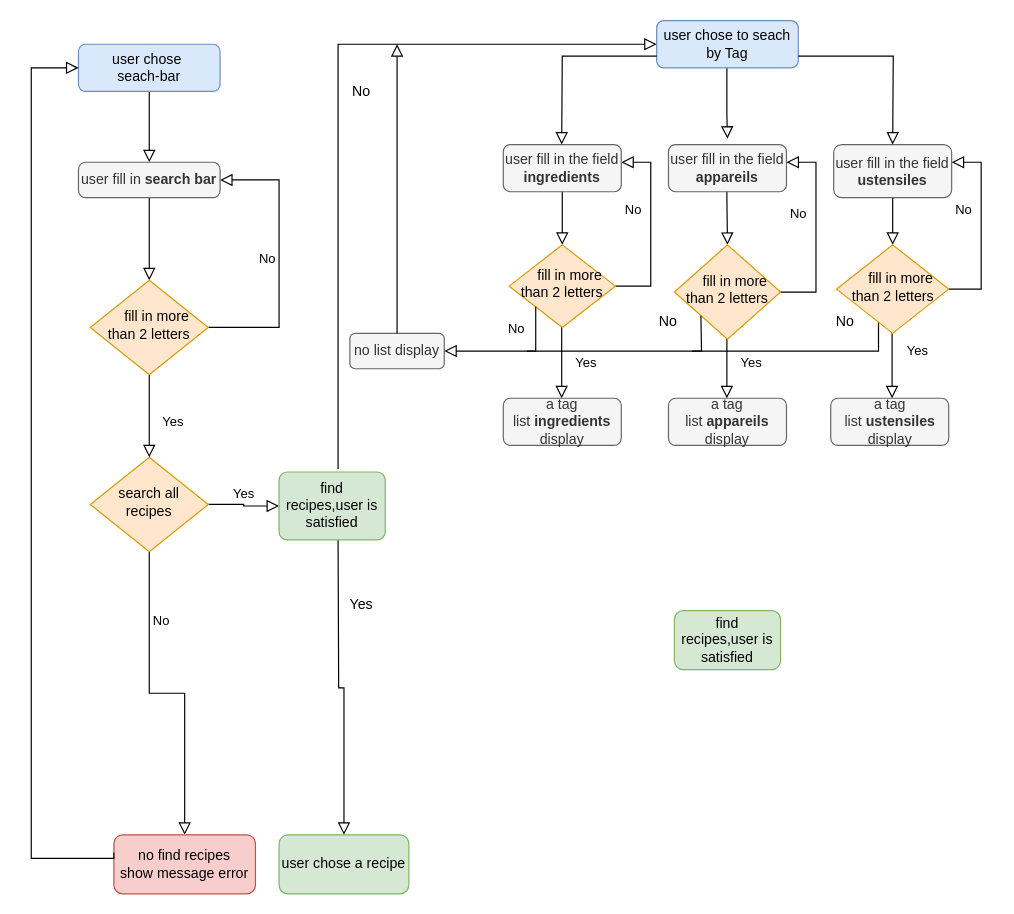
The draw.io diagram page "Page-1" (1 of 2) of Diagramme sans nom.drawio in YU-KENT/les-petits-plats, before the edit. Source tidied: cells renumbered, new cells numbered last; positions are measured from the earlier drawing's top-left corner, leaving out a move shared by most shapes. Both pictures are drawn from the tidied source at 118%, with x=0, y=0 at pixel (31, 20).
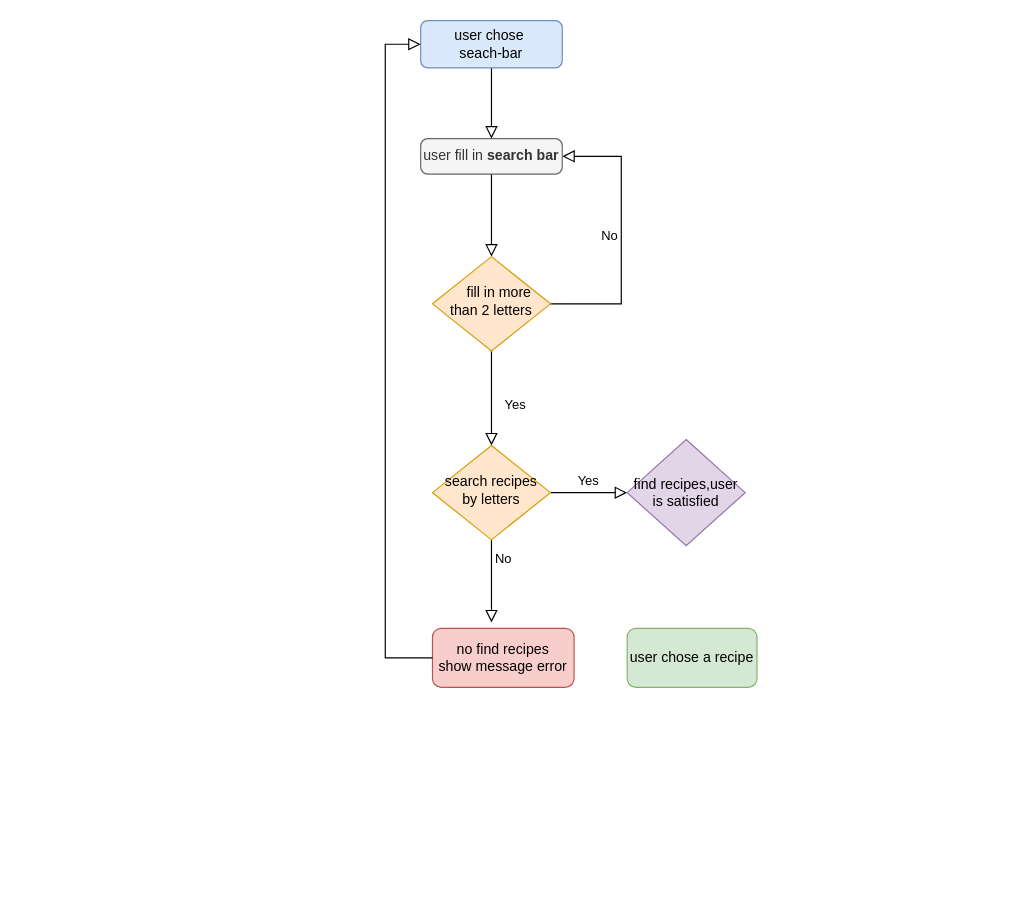
The same page after the edit.

Commit message (it also covers changes not shown here):
Mettre à jour Diagramme sans nom.drawio

Change to the diagram source:
```diff
@@
-    <mxCell id="2" style="endArrow=none;html=1;rounded=0;strokeColor=default;entryX=0;entryY=1;entryDx=0;entryDy=0;" parent="1" edge="1">
-      <mxGeometry relative="1" as="geometry">
-        <mxPoint x="560" y="280" as="sourcePoint" />
-        <mxPoint x="718" y="250" as="targetPoint" />
-        <Array as="points">
-          <mxPoint x="718" y="280" />
-        </Array>
-      </mxGeometry>
-    </mxCell>
-    <mxCell id="3" value="Yes" style="rounded=0;html=1;jettySize=auto;orthogonalLoop=1;fontSize=11;endArrow=block;endFill=0;endSize=8;strokeWidth=1;shadow=0;labelBackgroundColor=none;edgeStyle=orthogonalEdgeStyle;" parent="1" edge="1">
-      <mxGeometry x="0.14" y="20" relative="1" as="geometry">
-        <mxPoint x="449.5" y="250" as="sourcePoint" />
-        <mxPoint x="449.5" y="320" as="targetPoint" />
-      </mxGeometry>
-    </mxCell>
-    <mxCell id="4" value="Yes" style="rounded=0;html=1;jettySize=auto;orthogonalLoop=1;fontSize=11;endArrow=block;endFill=0;endSize=8;strokeWidth=1;shadow=0;labelBackgroundColor=none;edgeStyle=orthogonalEdgeStyle;" parent="1" edge="1">
-      <mxGeometry x="0.11" y="21" relative="1" as="geometry">
-        <mxPoint x="729.5" y="250" as="sourcePoint" />
-        <mxPoint x="729.5" y="320" as="targetPoint" />
-        <Array as="points">
-          <mxPoint x="729.5" y="240" />
-          <mxPoint x="729.5" y="240" />
-        </Array>
-      </mxGeometry>
-    </mxCell>
-    <mxCell id="5" value="Yes" style="rounded=0;html=1;jettySize=auto;orthogonalLoop=1;fontSize=11;endArrow=block;endFill=0;endSize=8;strokeWidth=1;shadow=0;labelBackgroundColor=none;edgeStyle=orthogonalEdgeStyle;" parent="1" edge="1">
-      <mxGeometry x="0.14" y="20" relative="1" as="geometry">
-        <mxPoint x="589.5" y="250" as="sourcePoint" />
-        <mxPoint x="589.5" y="320" as="targetPoint" />
-      </mxGeometry>
-    </mxCell>
-    <mxCell id="6" style="rounded=0;html=1;jettySize=auto;fontSize=11;endArrow=block;endFill=0;endSize=8;strokeWidth=1;shadow=0;labelBackgroundColor=none;edgeStyle=orthogonalEdgeStyle;startArrow=none;entryX=0;entryY=0.5;entryDx=0;entryDy=0;" parent="1" edge="1" target="25">
-      <mxGeometry relative="1" as="geometry">
-        <mxPoint x="260" y="380" as="sourcePoint" />
-        <Array as="points">
-          <mxPoint x="260" y="20" />
-        </Array>
-      </mxGeometry>
-    </mxCell>
-    <mxCell id="7" style="rounded=0;html=1;jettySize=auto;fontSize=11;endArrow=block;endFill=0;endSize=8;strokeWidth=1;shadow=0;labelBackgroundColor=none;edgeStyle=orthogonalEdgeStyle;startArrow=none;entryX=0.5;entryY=0;entryDx=0;entryDy=0;" parent="1" edge="1" target="34">
-      <mxGeometry relative="1" as="geometry">
-        <mxPoint x="260" y="440" as="sourcePoint" />
-      </mxGeometry>
-    </mxCell>
-    <mxCell id="8" value="No" style="edgeStyle=orthogonalEdgeStyle;rounded=0;html=1;jettySize=auto;fontSize=11;endArrow=block;endFill=0;endSize=8;strokeWidth=1;shadow=0;labelBackgroundColor=none;entryX=1;entryY=0.5;entryDx=0;entryDy=0;exitX=1;exitY=0.5;exitDx=0;exitDy=0;" parent="1" edge="1" source="35">
-      <mxGeometry x="0.19" y="15" relative="1" as="geometry">
-        <mxPoint x="500" y="120" as="targetPoint" />
-        <Array as="points">
-          <mxPoint x="525" y="225" />
-          <mxPoint x="525" y="120" />
-        </Array>
-      </mxGeometry>
-    </mxCell>
-    <mxCell id="9" value="No" style="edgeStyle=orthogonalEdgeStyle;rounded=0;html=1;jettySize=auto;fontSize=11;endArrow=block;endFill=0;endSize=8;strokeWidth=1;shadow=0;labelBackgroundColor=none;entryX=1;entryY=0.5;entryDx=0;entryDy=0;exitX=0.93;exitY=0.5;exitDx=0;exitDy=0;exitPerimeter=0;" parent="1" edge="1" source="37">
-      <mxGeometry x="0.19" y="15" relative="1" as="geometry">
-        <mxPoint x="640" y="120" as="targetPoint" />
-        <Array as="points">
-          <mxPoint x="665" y="230" />
-          <mxPoint x="665" y="120" />
-        </Array>
-      </mxGeometry>
-    </mxCell>
-    <mxCell id="10" value="No" style="edgeStyle=orthogonalEdgeStyle;rounded=0;html=1;jettySize=auto;fontSize=11;endArrow=block;endFill=0;endSize=8;strokeWidth=1;shadow=0;labelBackgroundColor=none;entryX=1;entryY=0.5;entryDx=0;entryDy=0;exitX=1;exitY=0.5;exitDx=0;exitDy=0;" parent="1" edge="1" source="38">
-      <mxGeometry x="0.19" y="15" relative="1" as="geometry">
-        <mxPoint x="780" y="120" as="targetPoint" />
-        <Array as="points">
-          <mxPoint x="805" y="228" />
-          <mxPoint x="805" y="120" />
-        </Array>
-      </mxGeometry>
-    </mxCell>
-    <mxCell id="11" style="rounded=0;html=1;jettySize=auto;orthogonalLoop=1;fontSize=11;endArrow=block;endFill=0;endSize=8;strokeWidth=1;shadow=0;labelBackgroundColor=none;edgeStyle=orthogonalEdgeStyle;startArrow=none;" parent="1" edge="1">
-      <mxGeometry relative="1" as="geometry">
-        <mxPoint x="731" y="140" as="sourcePoint" />
-        <mxPoint x="730" y="190" as="targetPoint" />
-        <Array as="points">
-          <mxPoint x="731" y="150" />
-          <mxPoint x="730" y="150" />
-        </Array>
-      </mxGeometry>
-    </mxCell>
-    <mxCell id="12" style="rounded=0;html=1;jettySize=auto;orthogonalLoop=1;fontSize=11;endArrow=block;endFill=0;endSize=8;strokeWidth=1;shadow=0;labelBackgroundColor=none;edgeStyle=orthogonalEdgeStyle;startArrow=none;exitX=0.5;exitY=1;exitDx=0;exitDy=0;" parent="1" edge="1">
-      <mxGeometry relative="1" as="geometry">
-        <mxPoint x="589.5" y="30" as="sourcePoint" />
-        <mxPoint x="590" y="100" as="targetPoint" />
-        <Array as="points">
-          <mxPoint x="590" y="80" />
-          <mxPoint x="590" y="80" />
-        </Array>
-      </mxGeometry>
-    </mxCell>
-    <mxCell id="13" style="rounded=0;html=1;jettySize=auto;orthogonalLoop=1;fontSize=11;endArrow=block;endFill=0;endSize=8;strokeWidth=1;shadow=0;labelBackgroundColor=none;edgeStyle=orthogonalEdgeStyle;startArrow=none;exitX=0.5;exitY=1;exitDx=0;exitDy=0;" parent="1" edge="1">
-      <mxGeometry relative="1" as="geometry">
-        <mxPoint x="589.5" y="130" as="sourcePoint" />
-        <mxPoint x="590" y="190" as="targetPoint" />
-        <Array as="points">
-          <mxPoint x="590" y="150" />
-          <mxPoint x="590" y="150" />
-        </Array>
-      </mxGeometry>
-    </mxCell>
-    <mxCell id="14" style="rounded=0;html=1;jettySize=auto;orthogonalLoop=1;fontSize=11;endArrow=block;endFill=0;endSize=8;strokeWidth=1;shadow=0;labelBackgroundColor=none;edgeStyle=orthogonalEdgeStyle;startArrow=none;" parent="1" edge="1">
-      <mxGeometry relative="1" as="geometry">
-        <mxPoint x="450" y="140" as="sourcePoint" />
-        <mxPoint x="450" y="190" as="targetPoint" />
-      </mxGeometry>
-    </mxCell>
@@
     <mxCell id="16" style="rounded=0;html=1;jettySize=auto;fontSize=11;endArrow=block;endFill=0;endSize=8;strokeWidth=1;shadow=0;labelBackgroundColor=none;edgeStyle=orthogonalEdgeStyle;startArrow=none;exitX=0.5;exitY=1;exitDx=0;exitDy=0;" parent="1" edge="1" source="26">
       <mxGeometry relative="1" as="geometry">
-        <mxPoint x="100" y="220" as="targetPoint" />
+        <mxPoint x="390" y="200" as="targetPoint" />
       </mxGeometry>
     </mxCell>
-    <mxCell id="17" value="Yes" style="rounded=0;html=1;jettySize=auto;fontSize=11;endArrow=block;endFill=0;endSize=8;strokeWidth=1;shadow=0;labelBackgroundColor=none;edgeStyle=orthogonalEdgeStyle;" parent="1" edge="1" source="19" target="22">
-      <mxGeometry x="0.14" y="20" relative="1" as="geometry" />
+    <mxCell id="17" value="Yes" style="rounded=0;html=1;jettySize=auto;fontSize=11;endArrow=block;endFill=0;endSize=8;strokeWidth=1;shadow=0;labelBackgroundColor=none;edgeStyle=orthogonalEdgeStyle;" parent="1" edge="1" source="19">
+      <mxGeometry x="0.14" y="20" relative="1" as="geometry">
+        <mxPoint x="390" y="360" as="targetPoint" />
+      </mxGeometry>
     </mxCell>
     <mxCell id="18" value="No" style="edgeStyle=orthogonalEdgeStyle;rounded=0;html=1;jettySize=auto;fontSize=11;endArrow=block;endFill=0;endSize=8;strokeWidth=1;shadow=0;labelBackgroundColor=none;entryX=1;entryY=0.5;entryDx=0;entryDy=0;" parent="1" edge="1" source="19" target="26">
       <mxGeometry y="10" relative="1" as="geometry">
         <Array as="points">
-          <mxPoint x="210" y="260" />
-          <mxPoint x="210" y="135" />
+          <mxPoint x="500" y="240" />
+          <mxPoint x="500" y="115" />
         </Array>
       </mxGeometry>
     </mxCell>
     <mxCell id="19" value="&amp;nbsp; &amp;nbsp; fill in more than 2 letters" style="rhombus;whiteSpace=wrap;html=1;shadow=0;fontFamily=Helvetica;fontSize=12;align=center;strokeWidth=1;spacing=6;spacingTop=-4;fillColor=#ffe6cc;strokeColor=#d79b00;" parent="1" vertex="1">
-      <mxGeometry x="50" y="220" width="100" height="80" as="geometry" />
+      <mxGeometry x="340" y="200" width="100" height="80" as="geometry" />
     </mxCell>
-    <mxCell id="20" value="No" style="rounded=0;html=1;jettySize=auto;fontSize=11;endArrow=block;endFill=0;endSize=8;strokeWidth=1;shadow=0;labelBackgroundColor=none;edgeStyle=orthogonalEdgeStyle;" parent="1" edge="1" source="22" target="23">
-      <mxGeometry x="-0.56" y="10" relative="1" as="geometry" />
+    <mxCell id="20" value="No" style="rounded=0;html=1;jettySize=auto;fontSize=11;endArrow=block;endFill=0;endSize=8;strokeWidth=1;shadow=0;labelBackgroundColor=none;edgeStyle=orthogonalEdgeStyle;" parent="1" edge="1" source="22">
+      <mxGeometry x="-0.56" y="10" relative="1" as="geometry">
+        <mxPoint x="390" y="510" as="targetPoint" />
+      </mxGeometry>
     </mxCell>
-    <mxCell id="21" value="Yes" style="edgeStyle=orthogonalEdgeStyle;rounded=0;html=1;jettySize=auto;fontSize=11;endArrow=block;endFill=0;endSize=8;strokeWidth=1;shadow=0;labelBackgroundColor=none;" parent="1" edge="1" source="22" target="24">
-      <mxGeometry y="10" relative="1" as="geometry" />
+    <mxCell id="21" value="Yes" style="edgeStyle=orthogonalEdgeStyle;rounded=0;html=1;jettySize=auto;fontSize=11;endArrow=block;endFill=0;endSize=8;strokeWidth=1;shadow=0;labelBackgroundColor=none;entryX=0;entryY=0.5;entryDx=0;entryDy=0;" parent="1" edge="1" source="22" target="52">
+      <mxGeometry x="-0.01" y="10" relative="1" as="geometry" />
     </mxCell>
-    <mxCell id="22" value="search all recipes" style="rhombus;whiteSpace=wrap;html=1;shadow=0;fontFamily=Helvetica;fontSize=12;align=center;strokeWidth=1;spacing=6;spacingTop=-4;fillColor=#ffe6cc;strokeColor=#d79b00;" parent="1" vertex="1">
-      <mxGeometry x="50" y="370" width="100" height="80" as="geometry" />
+    <mxCell id="22" value="search recipes by letters" style="rhombus;whiteSpace=wrap;html=1;shadow=0;fontFamily=Helvetica;fontSize=12;align=center;strokeWidth=1;spacing=6;spacingTop=-4;fillColor=#ffe6cc;strokeColor=#d79b00;" parent="1" vertex="1">
+      <mxGeometry x="340" y="360" width="100" height="80" as="geometry" />
     </mxCell>
     <mxCell id="23" value="no find recipes&lt;br&gt;show message error" style="rounded=1;whiteSpace=wrap;html=1;fontSize=12;glass=0;strokeWidth=1;shadow=0;fillColor=#f8cecc;strokeColor=#b85450;" parent="1" vertex="1">
-      <mxGeometry x="70" y="690" width="120" height="50" as="geometry" />
+      <mxGeometry x="340" y="515" width="120" height="50" as="geometry" />
     </mxCell>
-    <mxCell id="24" value="find recipes,user is satisfied" style="rounded=1;whiteSpace=wrap;html=1;fontSize=12;glass=0;strokeWidth=1;shadow=0;fillColor=#d5e8d4;strokeColor=#82b366;arcSize=12;" parent="1" vertex="1">
-      <mxGeometry x="210" y="382.5" width="90" height="57.5" as="geometry" />
-    </mxCell>
-    <mxCell id="25" value="user chose to seach by Tag" style="rounded=1;whiteSpace=wrap;html=1;fontSize=12;glass=0;strokeWidth=1;shadow=0;fillColor=#dae8fc;strokeColor=#6c8ebf;" parent="1" vertex="1">
-      <mxGeometry x="530" width="120" height="40" as="geometry" />
-    </mxCell>
     <mxCell id="26" value="user fill in &lt;b&gt;search bar&lt;/b&gt;" style="rounded=1;whiteSpace=wrap;html=1;arcSize=20;fillColor=#f5f5f5;fontColor=#333333;strokeColor=#666666;" parent="1" vertex="1">
-      <mxGeometry x="40" y="120" width="120" height="30" as="geometry" />
+      <mxGeometry x="330" y="100" width="120" height="30" as="geometry" />
     </mxCell>
-    <mxCell id="27" value="user fill in the field &lt;b&gt;ingredients&lt;/b&gt;" style="rounded=1;whiteSpace=wrap;html=1;fillColor=#f5f5f5;fontColor=#333333;strokeColor=#666666;" parent="1" vertex="1">
-      <mxGeometry x="400" y="105" width="100" height="40" as="geometry" />
-    </mxCell>
     <mxCell id="28" style="rounded=0;html=1;jettySize=auto;fontSize=11;endArrow=none;endFill=0;endSize=8;strokeWidth=1;shadow=0;labelBackgroundColor=none;edgeStyle=orthogonalEdgeStyle;startArrow=none;exitX=0.489;exitY=1.122;exitDx=0;exitDy=0;exitPerimeter=0;entryX=0.5;entryY=0;entryDx=0;entryDy=0;" parent="1" edge="1" target="29">
       <mxGeometry relative="1" as="geometry">
-        <mxPoint x="99.2" y="30" as="sourcePoint" />
+        <mxPoint x="389.2" y="10" as="sourcePoint" />
       </mxGeometry>
     </mxCell>
     <mxCell id="29" value="user chose&amp;nbsp;&lt;br&gt;seach-bar" style="rounded=1;whiteSpace=wrap;html=1;fontSize=12;glass=0;strokeWidth=1;shadow=0;fillColor=#dae8fc;strokeColor=#6c8ebf;" parent="1" vertex="1">
-      <mxGeometry x="40" y="20" width="120" height="40" as="geometry" />
+      <mxGeometry x="330" width="120" height="40" as="geometry" />
     </mxCell>
-    <mxCell id="30" value="user fill in the field &lt;b&gt;appareils&lt;/b&gt;" style="rounded=1;whiteSpace=wrap;html=1;fillColor=#f5f5f5;fontColor=#333333;strokeColor=#666666;" parent="1" vertex="1">
-      <mxGeometry x="540" y="105" width="100" height="40" as="geometry" />
-    </mxCell>
-    <mxCell id="31" value="user fill in the field &lt;b&gt;ustensiles&lt;/b&gt;" style="rounded=1;whiteSpace=wrap;html=1;fillColor=#f5f5f5;fontColor=#333333;strokeColor=#666666;" parent="1" vertex="1">
-      <mxGeometry x="680" y="105" width="100" height="45" as="geometry" />
-    </mxCell>
-    <mxCell id="32" style="rounded=0;html=1;jettySize=auto;fontSize=11;endArrow=block;endFill=0;endSize=8;strokeWidth=1;shadow=0;labelBackgroundColor=none;edgeStyle=orthogonalEdgeStyle;startArrow=none;entryX=0.5;entryY=0;entryDx=0;entryDy=0;exitX=0;exitY=0.75;exitDx=0;exitDy=0;" parent="1" edge="1" source="25">
-      <mxGeometry relative="1" as="geometry">
-        <mxPoint x="449.5" y="105" as="targetPoint" />
-      </mxGeometry>
-    </mxCell>
-    <mxCell id="33" style="rounded=0;html=1;jettySize=auto;fontSize=11;endArrow=block;endFill=0;endSize=8;strokeWidth=1;shadow=0;labelBackgroundColor=none;edgeStyle=orthogonalEdgeStyle;startArrow=none;entryX=0.5;entryY=0;entryDx=0;entryDy=0;exitX=1;exitY=0.75;exitDx=0;exitDy=0;" parent="1" edge="1" source="25">
-      <mxGeometry relative="1" as="geometry">
-        <mxPoint x="730" y="105" as="targetPoint" />
-      </mxGeometry>
-    </mxCell>
     <mxCell id="34" value="user chose a recipe" style="rounded=1;whiteSpace=wrap;html=1;fontSize=12;glass=0;strokeWidth=1;shadow=0;fillColor=#d5e8d4;strokeColor=#82b366;" parent="1" vertex="1">
-      <mxGeometry x="210" y="690" width="110" height="50" as="geometry" />
+      <mxGeometry x="505" y="515" width="110" height="50" as="geometry" />
     </mxCell>
-    <mxCell id="35" value="&amp;nbsp; &amp;nbsp; fill in more than 2 letters" style="rhombus;whiteSpace=wrap;html=1;shadow=0;fontFamily=Helvetica;fontSize=12;align=center;strokeWidth=1;spacing=6;spacingTop=-4;fillColor=#ffe6cc;strokeColor=#d79b00;" parent="1" vertex="1">
-      <mxGeometry x="405" y="190" width="90" height="70" as="geometry" />
-    </mxCell>
-    <mxCell id="36" style="rounded=0;html=1;jettySize=auto;fontSize=11;endArrow=block;endFill=0;endSize=8;strokeWidth=1;shadow=0;labelBackgroundColor=none;edgeStyle=orthogonalEdgeStyle;startArrow=none;entryX=0;entryY=0.5;entryDx=0;entryDy=0;" parent="1" edge="1" target="29">
+    <mxCell id="36" style="rounded=0;html=1;jettySize=auto;fontSize=11;endArrow=block;endFill=0;endSize=8;strokeWidth=1;shadow=0;labelBackgroundColor=none;edgeStyle=orthogonalEdgeStyle;startArrow=none;entryX=0;entryY=0.5;entryDx=0;entryDy=0;exitX=0;exitY=0.5;exitDx=0;exitDy=0;" parent="1" edge="1" source="23" target="29">
       <mxGeometry relative="1" as="geometry">
-        <mxPoint x="70" y="710" as="sourcePoint" />
         <Array as="points">
-          <mxPoint x="70" y="705" />
-          <mxPoint x="70" y="710" />
-          <mxPoint y="710" />
-          <mxPoint y="40" />
+          <mxPoint x="300" y="540" />
+          <mxPoint x="300" y="20" />
         </Array>
       </mxGeometry>
     </mxCell>
-    <mxCell id="37" value="&amp;nbsp; &amp;nbsp; fill in more than 2 letters" style="rhombus;whiteSpace=wrap;html=1;shadow=0;fontFamily=Helvetica;fontSize=12;align=center;strokeWidth=1;spacing=6;spacingTop=-4;fillColor=#ffe6cc;strokeColor=#d79b00;" parent="1" vertex="1">
-      <mxGeometry x="545" y="190" width="90" height="80" as="geometry" />
-    </mxCell>
-    <mxCell id="38" value="&amp;nbsp; &amp;nbsp; fill in more than 2 letters" style="rhombus;whiteSpace=wrap;html=1;shadow=0;fontFamily=Helvetica;fontSize=12;align=center;strokeWidth=1;spacing=6;spacingTop=-4;fillColor=#ffe6cc;strokeColor=#d79b00;" parent="1" vertex="1">
-      <mxGeometry x="682.5" y="190" width="95" height="75" as="geometry" />
-    </mxCell>
-    <mxCell id="39" value="find recipes,user is satisfied" style="rounded=1;whiteSpace=wrap;html=1;fontSize=12;glass=0;strokeWidth=1;shadow=0;fillColor=#d5e8d4;strokeColor=#82b366;" parent="1" vertex="1">
-      <mxGeometry x="545" y="500" width="90" height="50" as="geometry" />
-    </mxCell>
-    <mxCell id="40" value="Yes" style="text;html=1;strokeColor=none;fillColor=none;align=center;verticalAlign=middle;whiteSpace=wrap;rounded=0;" parent="1" vertex="1">
-      <mxGeometry x="250" y="480" width="60" height="30" as="geometry" />
-    </mxCell>
-    <mxCell id="41" value="No" style="text;html=1;strokeColor=none;fillColor=none;align=center;verticalAlign=middle;whiteSpace=wrap;rounded=0;" parent="1" vertex="1">
-      <mxGeometry x="250" y="40" width="60" height="40" as="geometry" />
-    </mxCell>
-    <mxCell id="42" value="no list display" style="rounded=1;whiteSpace=wrap;html=1;fillColor=#f5f5f5;fontColor=#333333;strokeColor=#666666;" parent="1" vertex="1">
-      <mxGeometry x="270" y="265" width="80" height="30" as="geometry" />
-    </mxCell>
-    <mxCell id="43" value="a tag list&amp;nbsp;&lt;b style=&quot;border-color: var(--border-color);&quot;&gt;appareils&lt;/b&gt;&lt;br&gt;display" style="rounded=1;whiteSpace=wrap;html=1;fillColor=#f5f5f5;fontColor=#333333;strokeColor=#666666;" parent="1" vertex="1">
-      <mxGeometry x="540" y="320" width="100" height="40" as="geometry" />
-    </mxCell>
-    <mxCell id="44" value="a tag list&amp;nbsp;&lt;b style=&quot;border-color: var(--border-color);&quot;&gt;ustensiles&lt;/b&gt;&lt;br&gt;display" style="rounded=1;whiteSpace=wrap;html=1;fillColor=#f5f5f5;fontColor=#333333;strokeColor=#666666;" parent="1" vertex="1">
-      <mxGeometry x="677.5" y="320" width="100" height="40" as="geometry" />
-    </mxCell>
-    <mxCell id="45" value="a tag list&amp;nbsp;&lt;b&gt;ingredients &lt;/b&gt;display" style="rounded=1;whiteSpace=wrap;html=1;fillColor=#f5f5f5;fontColor=#333333;strokeColor=#666666;" parent="1" vertex="1">
-      <mxGeometry x="400" y="320" width="100" height="40" as="geometry" />
-    </mxCell>
-    <mxCell id="46" value="No" style="rounded=0;html=1;jettySize=auto;fontSize=11;endArrow=block;endFill=0;endSize=8;strokeWidth=1;shadow=0;labelBackgroundColor=none;edgeStyle=orthogonalEdgeStyle;exitX=0;exitY=1;exitDx=0;exitDy=0;entryX=1;entryY=0.5;entryDx=0;entryDy=0;" parent="1" edge="1" source="35" target="42">
-      <mxGeometry x="-0.7" y="-17" relative="1" as="geometry">
-        <Array as="points">
-          <mxPoint x="428" y="280" />
-        </Array>
-        <mxPoint y="1" as="offset" />
-      </mxGeometry>
-    </mxCell>
-    <mxCell id="47" style="endArrow=none;html=1;rounded=0;strokeColor=default;entryX=0;entryY=1;entryDx=0;entryDy=0;" parent="1" edge="1" target="37">
-      <mxGeometry relative="1" as="geometry">
-        <mxPoint x="420" y="280" as="sourcePoint" />
-        <Array as="points">
-          <mxPoint x="568" y="280" />
-        </Array>
-      </mxGeometry>
-    </mxCell>
-    <mxCell id="48" value="No" style="text;html=1;strokeColor=none;fillColor=none;align=center;verticalAlign=middle;whiteSpace=wrap;rounded=0;" parent="1" vertex="1">
-      <mxGeometry x="520" y="245" width="40" height="20" as="geometry" />
-    </mxCell>
-    <mxCell id="49" value="No" style="text;html=1;strokeColor=none;fillColor=none;align=center;verticalAlign=middle;whiteSpace=wrap;rounded=0;" parent="1" vertex="1">
-      <mxGeometry x="670" y="245" width="40" height="20" as="geometry" />
-    </mxCell>
-    <mxCell id="50" style="rounded=0;html=1;jettySize=auto;fontSize=11;endArrow=block;endFill=0;endSize=8;strokeWidth=1;shadow=0;labelBackgroundColor=none;edgeStyle=orthogonalEdgeStyle;startArrow=none;exitX=0.5;exitY=0;exitDx=0;exitDy=0;" parent="1" edge="1" source="42">
-      <mxGeometry relative="1" as="geometry">
-        <mxPoint x="310" y="20" as="targetPoint" />
-      </mxGeometry>
-    </mxCell>
-    <mxCell id="51" style="edgeStyle=orthogonalEdgeStyle;rounded=0;orthogonalLoop=1;jettySize=auto;html=1;exitX=0.5;exitY=1;exitDx=0;exitDy=0;strokeColor=default;" parent="1" edge="1" source="42" target="42">
-      <mxGeometry relative="1" as="geometry" />
-    </mxCell>
+    <mxCell id="52" value="find recipes,user is satisfied" style="rhombus;whiteSpace=wrap;html=1;fillColor=#e1d5e7;strokeColor=#9673a6;" parent="1" vertex="1">
+      <mxGeometry x="505" y="355" width="100" height="90" as="geometry" />
+    </mxCell>
```
